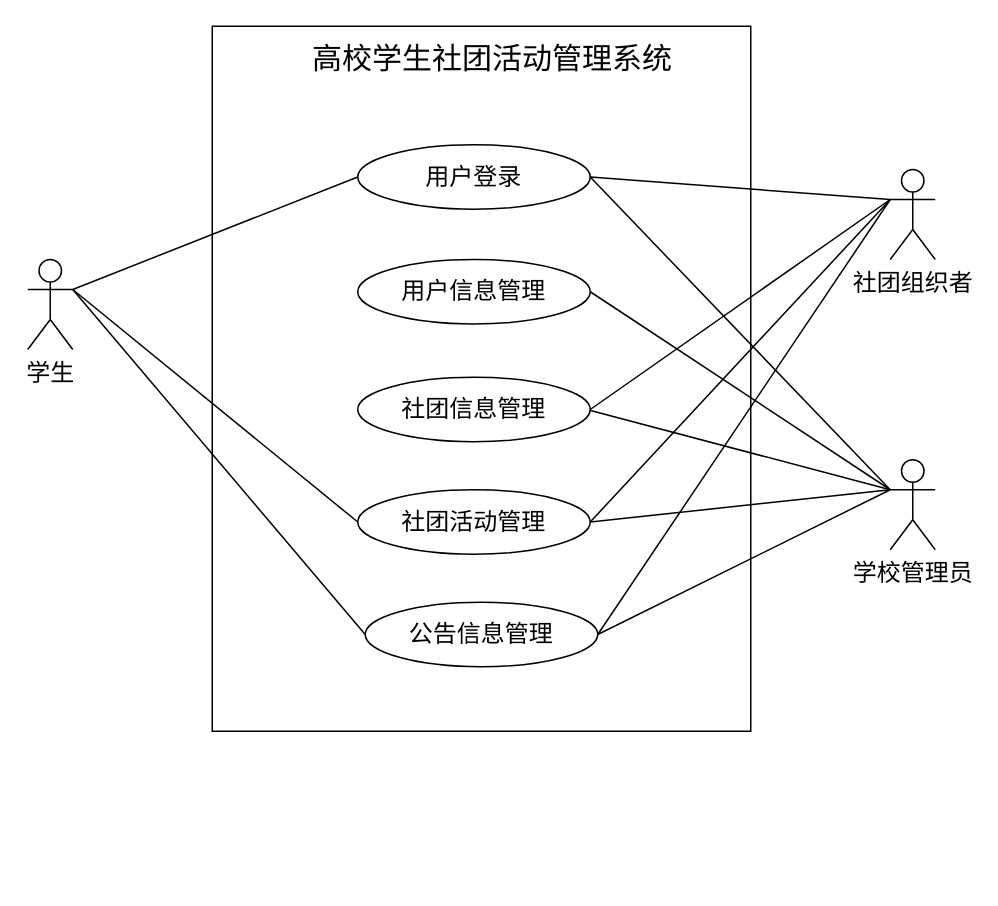
Gonod20s/Voice-Controlled-Robot keeps this draw.io diagram as page "第 1 页" (1 of 5) of 系统总体用例图.drawio. Above is the earlier version. Source tidied: cells renumbered, new cells numbered last; positions are measured from the earlier drawing's top-left corner, leaving out a move shared by most shapes. Both pictures are drawn from the tidied source at 150%, with x=0, y=0 at pixel (27, 26).
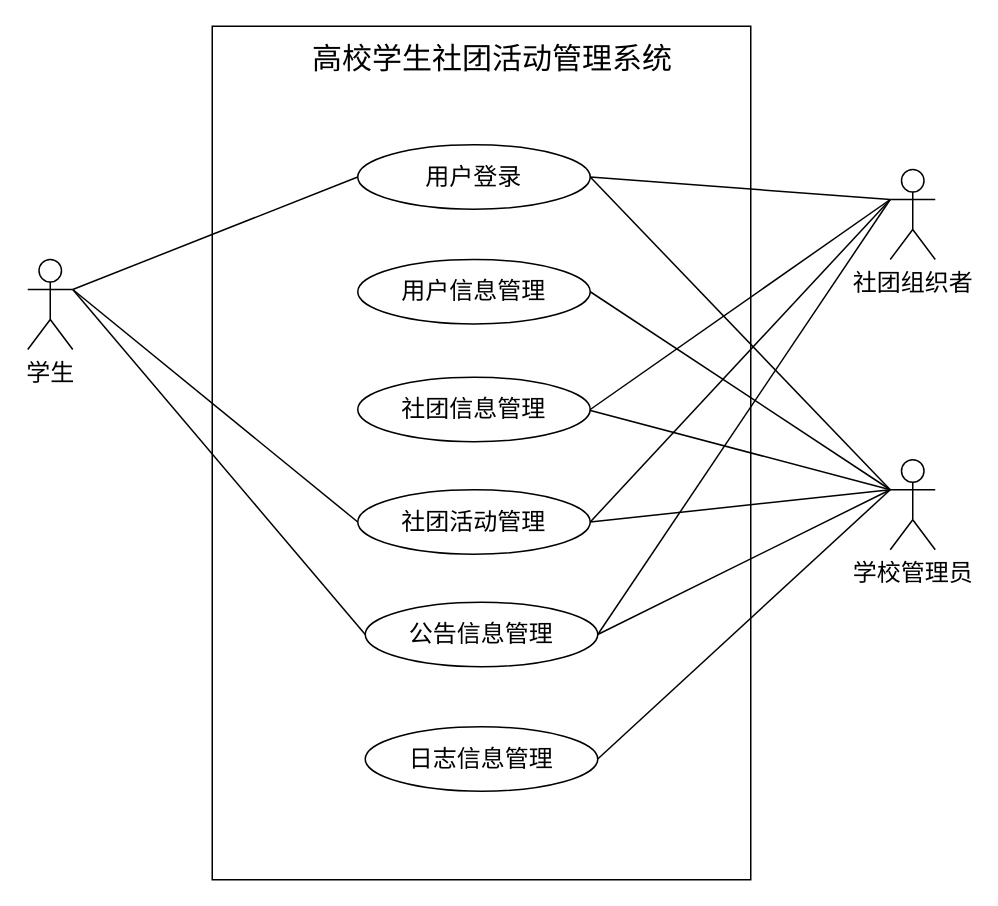
The same page after the edit.

The change refers to these unchanged cells:
```xml
<mxCell id="3" value="&lt;font style=&quot;font-size: 16px;&quot;&gt;学校管理员&lt;/font&gt;" style="shape=umlActor;html=1;verticalLabelPosition=bottom;verticalAlign=top;align=center;fontFamily=Architects Daughter;" parent="1" vertex="1">
  <mxGeometry x="575" y="289" width="30" height="60" as="geometry" />
</mxCell>
```

Diff of the diagram source:
```diff
@@
     <mxCell id="4" style="rounded=0;whiteSpace=wrap;html=1;fontFamily=Architects Daughter;" parent="1" vertex="1">
-      <mxGeometry x="123" width="359" height="470" as="geometry" />
+      <mxGeometry x="123" width="359" height="569" as="geometry" />
     </mxCell>
@@
+    <mxCell id="24" value="&lt;font style=&quot;font-size: 16px;&quot;&gt;日志信息管理&lt;/font&gt;" style="ellipse;whiteSpace=wrap;html=1;fontFamily=Architects Daughter;" parent="1" vertex="1">
+      <mxGeometry x="225" y="467" width="155" height="43" as="geometry" />
+    </mxCell>
+    <mxCell id="25" style="endArrow=none;html=1;rounded=0;fontFamily=Architects Daughter;fontSize=16;startSize=14;endSize=14;sourcePerimeterSpacing=8;targetPerimeterSpacing=8;curved=1;entryX=0;entryY=0.3333333333333333;entryDx=0;entryDy=0;entryPerimeter=0;exitX=1;exitY=0.5;exitDx=0;exitDy=0;" parent="1" edge="1" source="24" target="3">
+      <mxGeometry relative="1" as="geometry" />
+    </mxCell>
```
